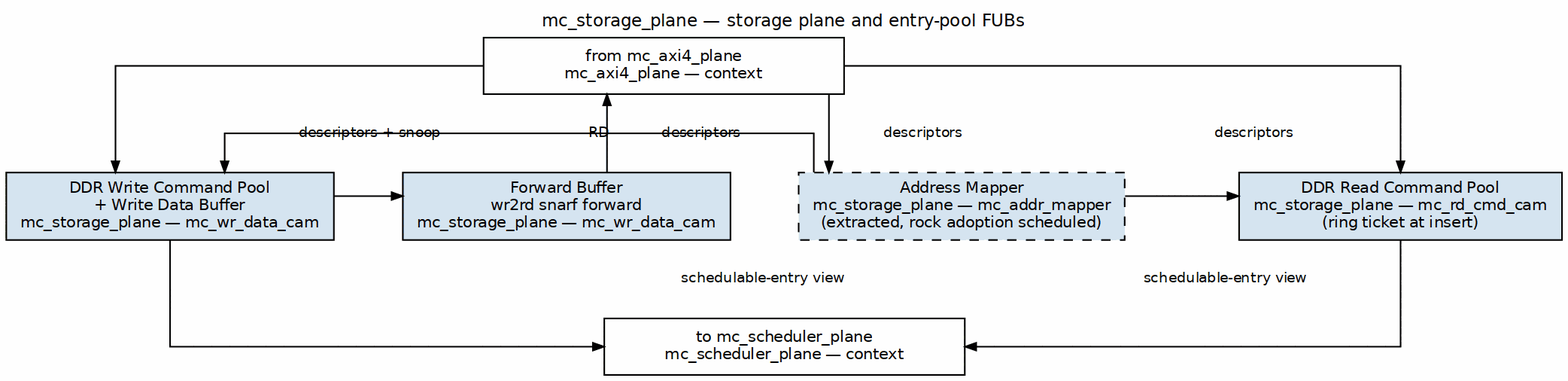
Before: projects/components/mem-ctrl-ip/common-ip/docs/common_mas/assets/graphviz/02_mc_storage_plane.png, a diagram exported from Graphviz (sean-galloway/RTLDesignSherpa). Its source is kept beside it as projects/components/mem-ctrl-ip/common-ip/docs/common_mas/assets/graphviz/02_mc_storage_plane.dot.
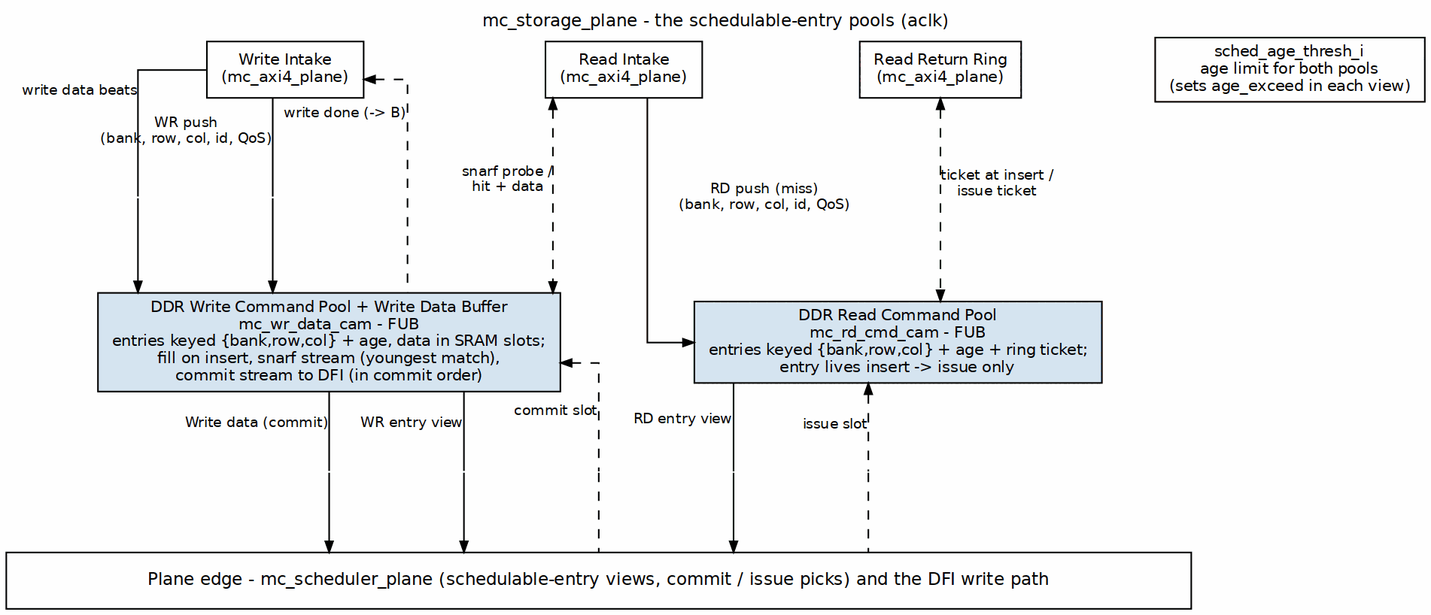
Above is the later version.

What changed in the source:
```diff
@@ -1,37 +1,58 @@
-digraph storage_plane {
+digraph mc_storage_plane {
     graph [rankdir=TB, bgcolor="white", fontname="Helvetica", fontsize=11,
-           nodesep="0.30", ranksep="0.55", splines=ortho,
-           label="mc_storage_plane — storage plane and entry-pool FUBs",
+           nodesep="0.60", ranksep="0.70", splines=ortho,
+           label="mc_storage_plane - the schedulable-entry pools (aclk)",
            labelloc=t, labeljust=c];
     node  [fontname="Helvetica", fontsize=10, shape=box, style=filled,
-           fillcolor="#D6E4F0", color="black", margin="0.12,0.07"];
+           fillcolor="#D6E4F0", color="black", margin="0.12,0.06"];
     edge  [fontname="Helvetica", fontsize=9, color="black", arrowsize=0.7];
 
-    axi4 [label="from mc_axi4_plane\nmc_axi4_plane — context", fillcolor="white", width=3.2];
-    sched [label="to mc_scheduler_plane\nmc_scheduler_plane — context", fillcolor="white", width=3.2];
+    p_wr   [label="Write Intake\n(mc_axi4_plane)", fillcolor="white"];
+    p_rd   [label="Read Intake\n(mc_axi4_plane)", fillcolor="white"];
+    p_ring [label="Read Return Ring\n(mc_axi4_plane)", fillcolor="white"];
 
-    wr_pool [label="DDR Write Command Pool\n+ Write Data Buffer\nmc_storage_plane — mc_wr_data_cam"];
-    rd_pool [label="DDR Read Command Pool\nmc_storage_plane — mc_rd_cmd_cam\n(ring ticket at insert)"];
-    mapper [label="Address Mapper\nmc_storage_plane — mc_addr_mapper\n(extracted, rock adoption scheduled)",
-            style="filled,dashed"];
-    fwd [label="Forward Buffer\nwr2rd snarf forward\nmc_storage_plane — mc_wr_data_cam"];
+    wr_cam [label="DDR Write Command Pool + Write Data Buffer\nmc_wr_data_cam - FUB\nentries keyed {bank,row,col} + age, data in SRAM slots;\nfill on insert, snarf stream (youngest match),\ncommit stream to DFI (in commit order)"];
+    rd_cam [label="DDR Read Command Pool\nmc_rd_cmd_cam - FUB\nentries keyed {bank,row,col} + age + ring ticket;\nentry lives insert -> issue only"];
 
-    axi4 -> wr_pool [label="descriptors + snoop"];
-    axi4 -> rd_pool [label="descriptors"];
-    axi4 -> mapper [label="descriptors"];
-    mapper -> wr_pool [label="descriptors"];
-    mapper -> rd_pool [label="descriptors"];
+    cfg [label="sched_age_thresh_i\nage limit for both pools\n(sets age_exceed in each view)", fillcolor="white"];
 
-    wr_pool -> fwd [label="WR"];
-    fwd -> axi4 [label="RD"];
+    bar [label="Plane edge - mc_scheduler_plane (schedulable-entry views, commit / issue picks) and the DFI write path",
+         fillcolor="white", width=10.5, height=0.5, fontsize=11];
 
-    wr_pool -> sched [label="schedulable-entry view"];
-    rd_pool -> sched [label="schedulable-entry view"];
+    node [shape=point, width=0.01, height=0.01, label="", style=invis];
+    t_wd; t_wc; t_done;
+    b_wv; b_wd; b_wc; b_rv; b_ri;
+    node [shape=box, style=filled];
 
-    { rank=same; axi4; }
-    { rank=same; wr_pool; fwd; mapper; rd_pool; }
-    { rank=same; sched; }
-    wr_pool -> fwd    [style=invis];
-    fwd    -> mapper  [style=invis];
-    mapper -> rd_pool [style=invis];
+    p_wr -> t_wc [dir=none, xlabel="WR push\n(bank, row, col, id, QoS)"];
+    t_wc -> wr_cam;
+    p_wr -> t_wd   [dir=none, xlabel="write data beats"];
+    t_wd -> wr_cam;
+    p_wr -> t_done [dir=back, style=dashed, xlabel="write done (-> B)"];
+    t_done -> wr_cam [dir=none, style=dashed];
+
+    p_rd -> wr_cam [dir=both, style=dashed, xlabel="snarf probe /\nhit + data"];
+
+    p_rd   -> rd_cam [label="RD push (miss)\n(bank, row, col, id, QoS)"];
+    p_ring -> rd_cam [dir=both, style=dashed, xlabel="ticket at insert /\nissue ticket"];
+
+    wr_cam -> b_wd [dir=none, xlabel="Write data (commit)"];
+    b_wd -> bar;
+    wr_cam -> b_wv [dir=none, xlabel="WR entry view"];
+    b_wv -> bar;
+    wr_cam -> b_wc [dir=back, style=dashed, xlabel="commit slot"];
+    b_wc -> bar   [dir=none, style=dashed];
+    rd_cam -> b_rv [dir=none, xlabel="RD entry view"];
+    b_rv -> bar;
+    rd_cam -> b_ri [dir=back, style=dashed, xlabel="issue slot"];
+    b_ri -> bar   [dir=none, style=dashed];
+
+    { rank=same; p_wr; p_rd; p_ring; cfg; }
+    { rank=same; t_wd; t_wc; t_done; }
+    { rank=same; wr_cam; rd_cam; }
+    { rank=same; b_wd; b_wv; b_wc; b_rv; b_ri; }
+    t_wd -> t_wc -> t_done [style=invis];
+    p_wr -> p_rd -> p_ring -> cfg [style=invis];
+    wr_cam -> rd_cam [style=invis];
+    b_wd -> b_wv -> b_wc -> b_rv -> b_ri [style=invis];
 }
```
